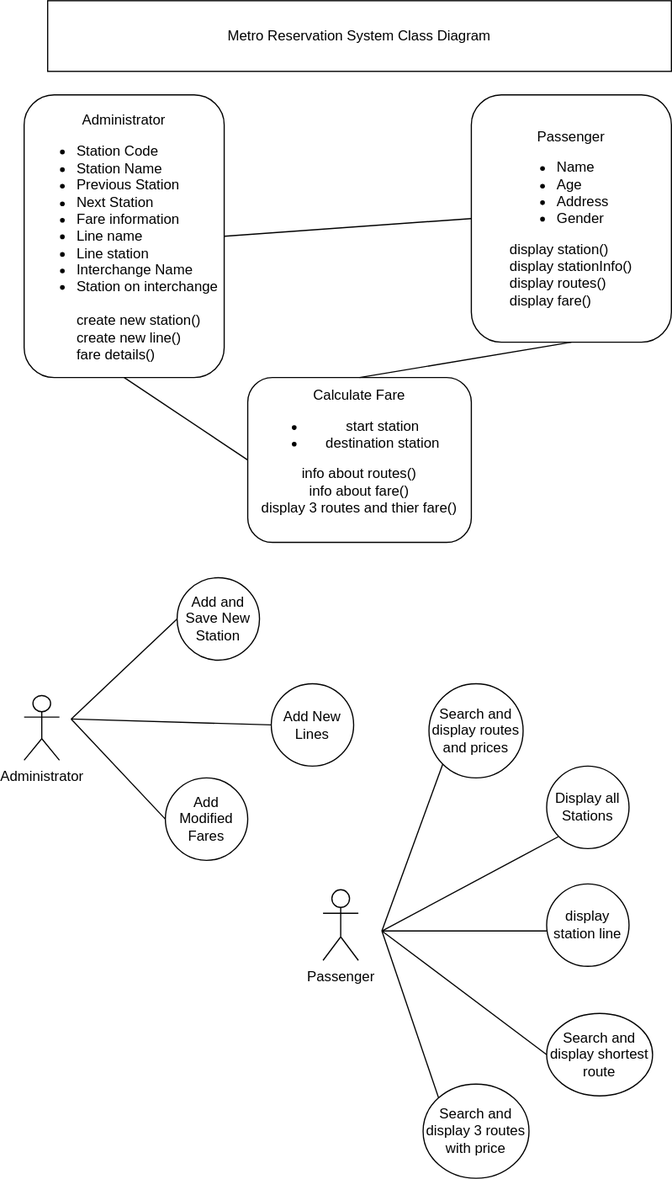
Earlier version of the draw.io export Metro_reservation_system.svg (RidhimaBhandari/Software-Development-). Source tidied: cells renumbered, new cells last; positions are measured from the earlier drawing's top-left corner, leaving out a move shared by most shapes. The source it was exported from:
```xml
<mxGraphModel>
  <root>
    <mxCell id="0" />
    <mxCell id="1" parent="0" />
    <mxCell id="2" value="&lt;div style=&quot;&quot;&gt;&lt;br&gt;&lt;/div&gt;&lt;div style=&quot;&quot;&gt;Administrator&lt;/div&gt;&lt;ul&gt;&lt;li style=&quot;text-align: left;&quot;&gt;Station Code&lt;/li&gt;&lt;li style=&quot;text-align: left;&quot;&gt;Station Name&lt;/li&gt;&lt;li style=&quot;text-align: left;&quot;&gt;Previous Station&lt;/li&gt;&lt;li style=&quot;text-align: left;&quot;&gt;Next Station&lt;/li&gt;&lt;li style=&quot;text-align: left;&quot;&gt;Fare information&lt;/li&gt;&lt;li style=&quot;text-align: left;&quot;&gt;Line name&lt;/li&gt;&lt;li style=&quot;text-align: left;&quot;&gt;Line station&lt;/li&gt;&lt;li style=&quot;text-align: left;&quot;&gt;Interchange Name&lt;/li&gt;&lt;li&gt;&lt;div style=&quot;text-align: left;&quot;&gt;Station on interchange&lt;/div&gt;&lt;div style=&quot;text-align: left;&quot;&gt;&lt;br&gt;&lt;/div&gt;&lt;div style=&quot;text-align: left;&quot;&gt;create new station()&lt;/div&gt;&lt;div style=&quot;text-align: left;&quot;&gt;create new line()&lt;/div&gt;&lt;div style=&quot;&quot;&gt;&lt;div style=&quot;text-align: left;&quot;&gt;fare details()&lt;/div&gt;&lt;/div&gt;&lt;/li&gt;&lt;/ul&gt;" style="rounded=1;whiteSpace=wrap;html=1;fontSize=12;" parent="1" vertex="1">
      <mxGeometry y="80" width="170" height="240" as="geometry" />
    </mxCell>
    <mxCell id="3" value="Metro Reservation System Class Diagram" style="rounded=0;whiteSpace=wrap;html=1;fontSize=12;" parent="1" vertex="1">
      <mxGeometry x="20" width="530" height="60" as="geometry" />
    </mxCell>
    <mxCell id="4" value="Calculate Fare&lt;br&gt;&lt;ul&gt;&lt;li&gt;start station&lt;/li&gt;&lt;li&gt;destination station&lt;/li&gt;&lt;/ul&gt;&lt;div&gt;info about routes()&lt;/div&gt;&lt;div&gt;info about fare()&lt;/div&gt;&lt;div&gt;display 3 routes and thier fare()&lt;/div&gt;&lt;div&gt;&lt;br&gt;&lt;/div&gt;" style="rounded=1;whiteSpace=wrap;html=1;fontSize=12;" parent="1" vertex="1">
      <mxGeometry x="190" y="320" width="190" height="140" as="geometry" />
    </mxCell>
    <mxCell id="5" value="Passenger&lt;br&gt;&lt;ul&gt;&lt;li style=&quot;text-align: left;&quot;&gt;Name&lt;/li&gt;&lt;li style=&quot;text-align: left;&quot;&gt;Age&lt;/li&gt;&lt;li style=&quot;text-align: left;&quot;&gt;Address&lt;/li&gt;&lt;li style=&quot;text-align: left;&quot;&gt;Gender&lt;/li&gt;&lt;/ul&gt;&lt;div style=&quot;text-align: left;&quot;&gt;display station()&lt;/div&gt;&lt;div style=&quot;text-align: left;&quot;&gt;display stationInfo()&lt;/div&gt;&lt;div style=&quot;text-align: left;&quot;&gt;display routes()&lt;/div&gt;&lt;div&gt;&lt;div style=&quot;text-align: left;&quot;&gt;display fare()&lt;/div&gt;&lt;/div&gt;" style="rounded=1;whiteSpace=wrap;html=1;fontSize=12;" parent="1" vertex="1">
      <mxGeometry x="380" y="80" width="170" height="210" as="geometry" />
    </mxCell>
    <mxCell id="6" style="endArrow=none;html=1;rounded=0;fontSize=12;exitX=1;exitY=0.5;exitDx=0;exitDy=0;entryX=0;entryY=0.5;entryDx=0;entryDy=0;" parent="1" edge="1" source="2" target="5">
      <mxGeometry relative="1" as="geometry" />
    </mxCell>
    <mxCell id="7" style="endArrow=none;html=1;rounded=0;fontSize=12;exitX=0.5;exitY=1;exitDx=0;exitDy=0;entryX=0;entryY=0.5;entryDx=0;entryDy=0;" parent="1" edge="1" source="2" target="4">
      <mxGeometry relative="1" as="geometry" />
    </mxCell>
    <mxCell id="8" style="endArrow=none;html=1;rounded=0;fontSize=12;exitX=0.5;exitY=0;exitDx=0;exitDy=0;entryX=0.5;entryY=1;entryDx=0;entryDy=0;" parent="1" edge="1" source="4" target="5">
      <mxGeometry relative="1" as="geometry" />
    </mxCell>
    <mxCell id="9" value="Administrator" style="shape=umlActor;verticalLabelPosition=bottom;verticalAlign=top;html=1;fontSize=12;" parent="1" vertex="1">
      <mxGeometry y="590" width="30" height="55" as="geometry" />
    </mxCell>
    <mxCell id="10" value="Passenger&lt;br&gt;" style="shape=umlActor;verticalLabelPosition=bottom;verticalAlign=top;html=1;fontSize=12;" parent="1" vertex="1">
      <mxGeometry x="254" y="755" width="30" height="60" as="geometry" />
    </mxCell>
    <mxCell id="11" value="Add and Save New Station" style="ellipse;whiteSpace=wrap;html=1;fontSize=12;" parent="1" vertex="1">
      <mxGeometry x="130" y="490" width="70" height="70" as="geometry" />
    </mxCell>
    <mxCell id="12" value="Add New Lines" style="ellipse;whiteSpace=wrap;html=1;fontSize=12;" parent="1" vertex="1">
      <mxGeometry x="210" y="580" width="70" height="70" as="geometry" />
    </mxCell>
    <mxCell id="13" value="Add Modified Fares" style="ellipse;whiteSpace=wrap;html=1;fontSize=12;" parent="1" vertex="1">
      <mxGeometry x="120" y="660" width="70" height="70" as="geometry" />
    </mxCell>
    <mxCell id="14" value="Search and display routes and prices" style="ellipse;whiteSpace=wrap;html=1;fontSize=12;" parent="1" vertex="1">
      <mxGeometry x="344" y="580" width="80" height="80" as="geometry" />
    </mxCell>
    <mxCell id="15" value="Display all Stations" style="ellipse;whiteSpace=wrap;html=1;fontSize=12;" parent="1" vertex="1">
      <mxGeometry x="444" y="650" width="70" height="70" as="geometry" />
    </mxCell>
    <mxCell id="16" value="display station line" style="ellipse;whiteSpace=wrap;html=1;fontSize=12;" parent="1" vertex="1">
      <mxGeometry x="444" y="750" width="70" height="70" as="geometry" />
    </mxCell>
    <mxCell id="17" value="Search and display shortest route" style="ellipse;whiteSpace=wrap;html=1;fontSize=12;" parent="1" vertex="1">
      <mxGeometry x="444" y="860" width="90" height="70" as="geometry" />
    </mxCell>
    <mxCell id="18" value="Search and display 3 routes with price" style="ellipse;whiteSpace=wrap;html=1;fontSize=12;" parent="1" vertex="1">
      <mxGeometry x="339" y="920" width="90" height="80" as="geometry" />
    </mxCell>
    <mxCell id="19" style="endArrow=none;html=1;rounded=0;fontSize=12;entryX=0;entryY=0.5;entryDx=0;entryDy=0;" parent="1" edge="1" target="11">
      <mxGeometry relative="1" as="geometry">
        <mxPoint x="40" y="610" as="sourcePoint" />
      </mxGeometry>
    </mxCell>
    <mxCell id="20" style="endArrow=none;html=1;rounded=0;fontSize=12;entryX=0;entryY=0.5;entryDx=0;entryDy=0;" parent="1" edge="1" target="12">
      <mxGeometry relative="1" as="geometry">
        <mxPoint x="40" y="610" as="sourcePoint" />
      </mxGeometry>
    </mxCell>
    <mxCell id="21" style="endArrow=none;html=1;rounded=0;fontSize=12;entryX=0;entryY=0.5;entryDx=0;entryDy=0;" parent="1" edge="1" target="13">
      <mxGeometry relative="1" as="geometry">
        <mxPoint x="40" y="610" as="sourcePoint" />
      </mxGeometry>
    </mxCell>
    <mxCell id="22" style="endArrow=none;html=1;rounded=0;fontSize=12;" parent="1" edge="1">
      <mxGeometry relative="1" as="geometry">
        <mxPoint x="304" y="790" as="sourcePoint" />
        <mxPoint x="444" y="790" as="targetPoint" />
      </mxGeometry>
    </mxCell>
    <mxCell id="23" style="endArrow=none;html=1;rounded=0;fontSize=12;entryX=0;entryY=0.5;entryDx=0;entryDy=0;" parent="1" edge="1" target="17">
      <mxGeometry relative="1" as="geometry">
        <mxPoint x="304" y="790" as="sourcePoint" />
      </mxGeometry>
    </mxCell>
    <mxCell id="24" style="endArrow=none;html=1;rounded=0;fontSize=12;entryX=0;entryY=0;entryDx=0;entryDy=0;" parent="1" edge="1" target="18">
      <mxGeometry relative="1" as="geometry">
        <mxPoint x="304" y="790" as="sourcePoint" />
      </mxGeometry>
    </mxCell>
    <mxCell id="25" style="endArrow=none;html=1;rounded=0;fontSize=12;entryX=0;entryY=1;entryDx=0;entryDy=0;" parent="1" edge="1" target="15">
      <mxGeometry relative="1" as="geometry">
        <mxPoint x="304" y="790" as="sourcePoint" />
      </mxGeometry>
    </mxCell>
    <mxCell id="26" style="endArrow=none;html=1;rounded=0;fontSize=12;entryX=0;entryY=1;entryDx=0;entryDy=0;" parent="1" edge="1" target="14">
      <mxGeometry relative="1" as="geometry">
        <mxPoint x="304" y="790" as="sourcePoint" />
      </mxGeometry>
    </mxCell>
  </root>
</mxGraphModel>
```
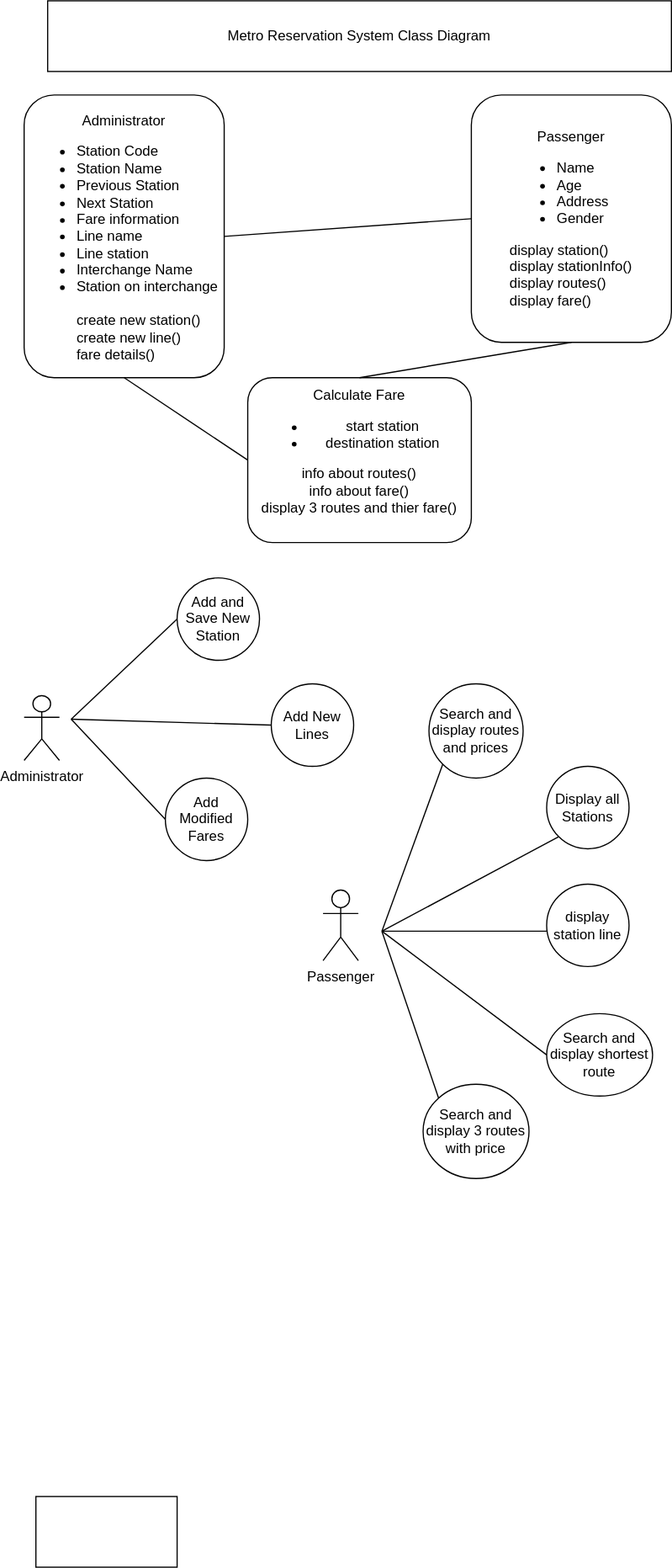
After the change.

Diff of the diagram source:
```diff
@@ -94,5 +94,8 @@
         <mxPoint x="304" y="790" as="sourcePoint" />
       </mxGeometry>
     </mxCell>
+    <mxCell id="27" style="rounded=0;whiteSpace=wrap;html=1;" parent="1" vertex="1">
+      <mxGeometry x="10" y="1270" width="120" height="60" as="geometry" />
+    </mxCell>
   </root>
 </mxGraphModel>
```
